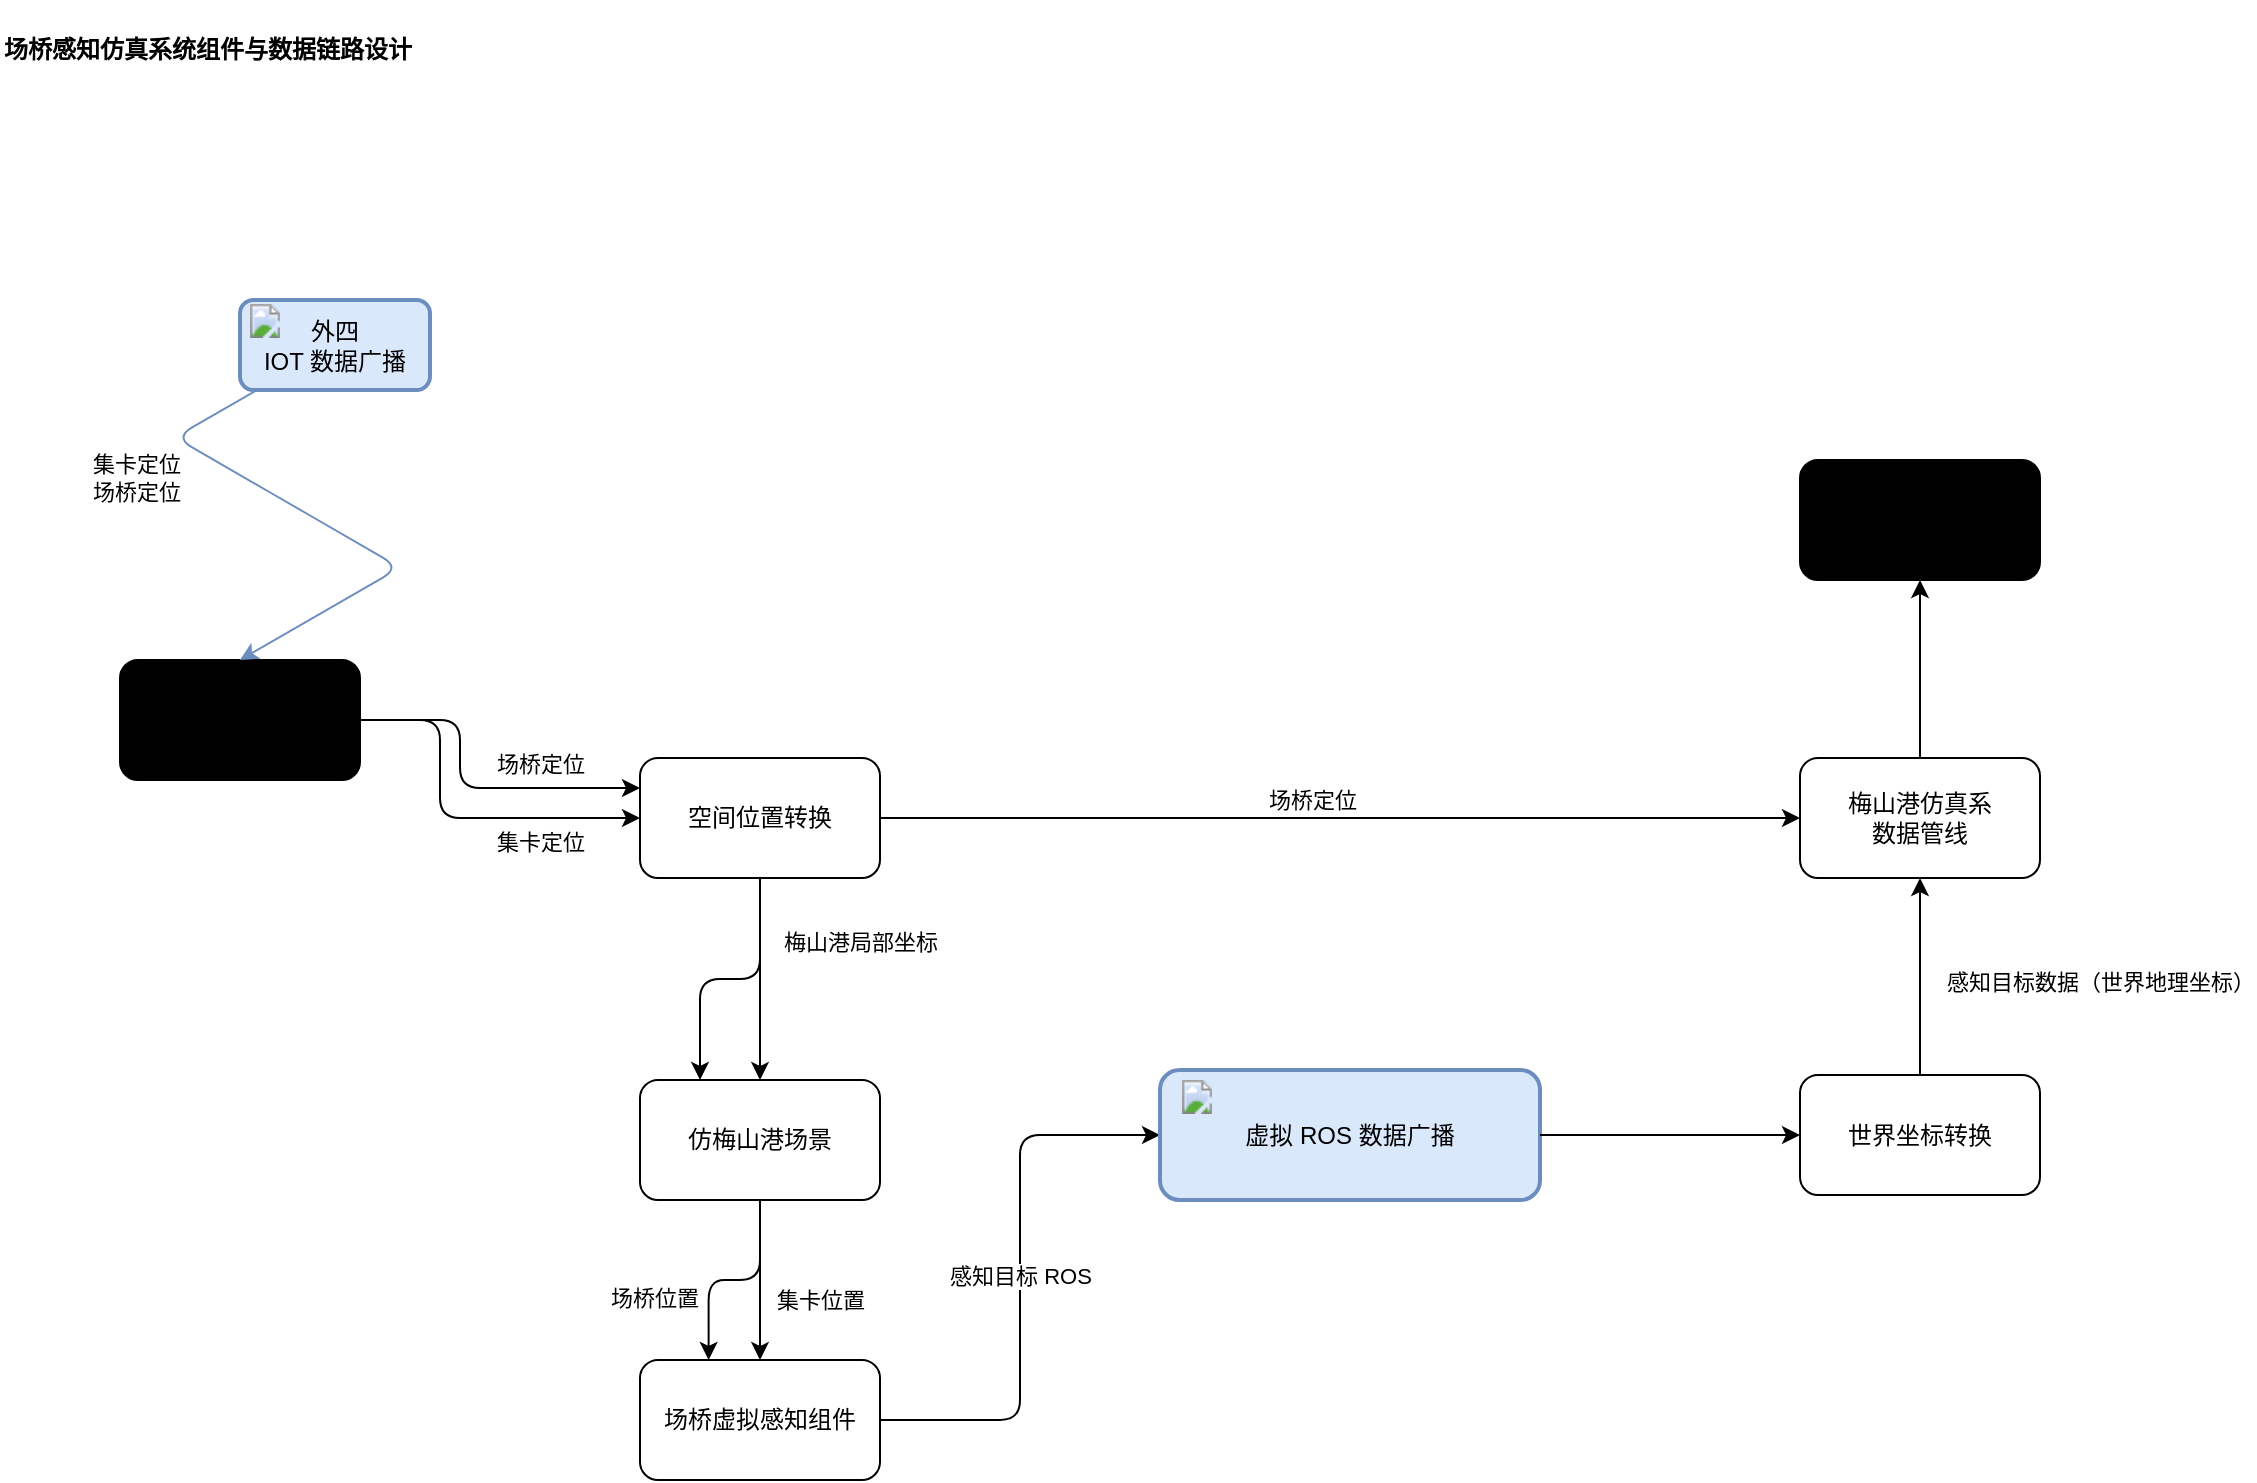
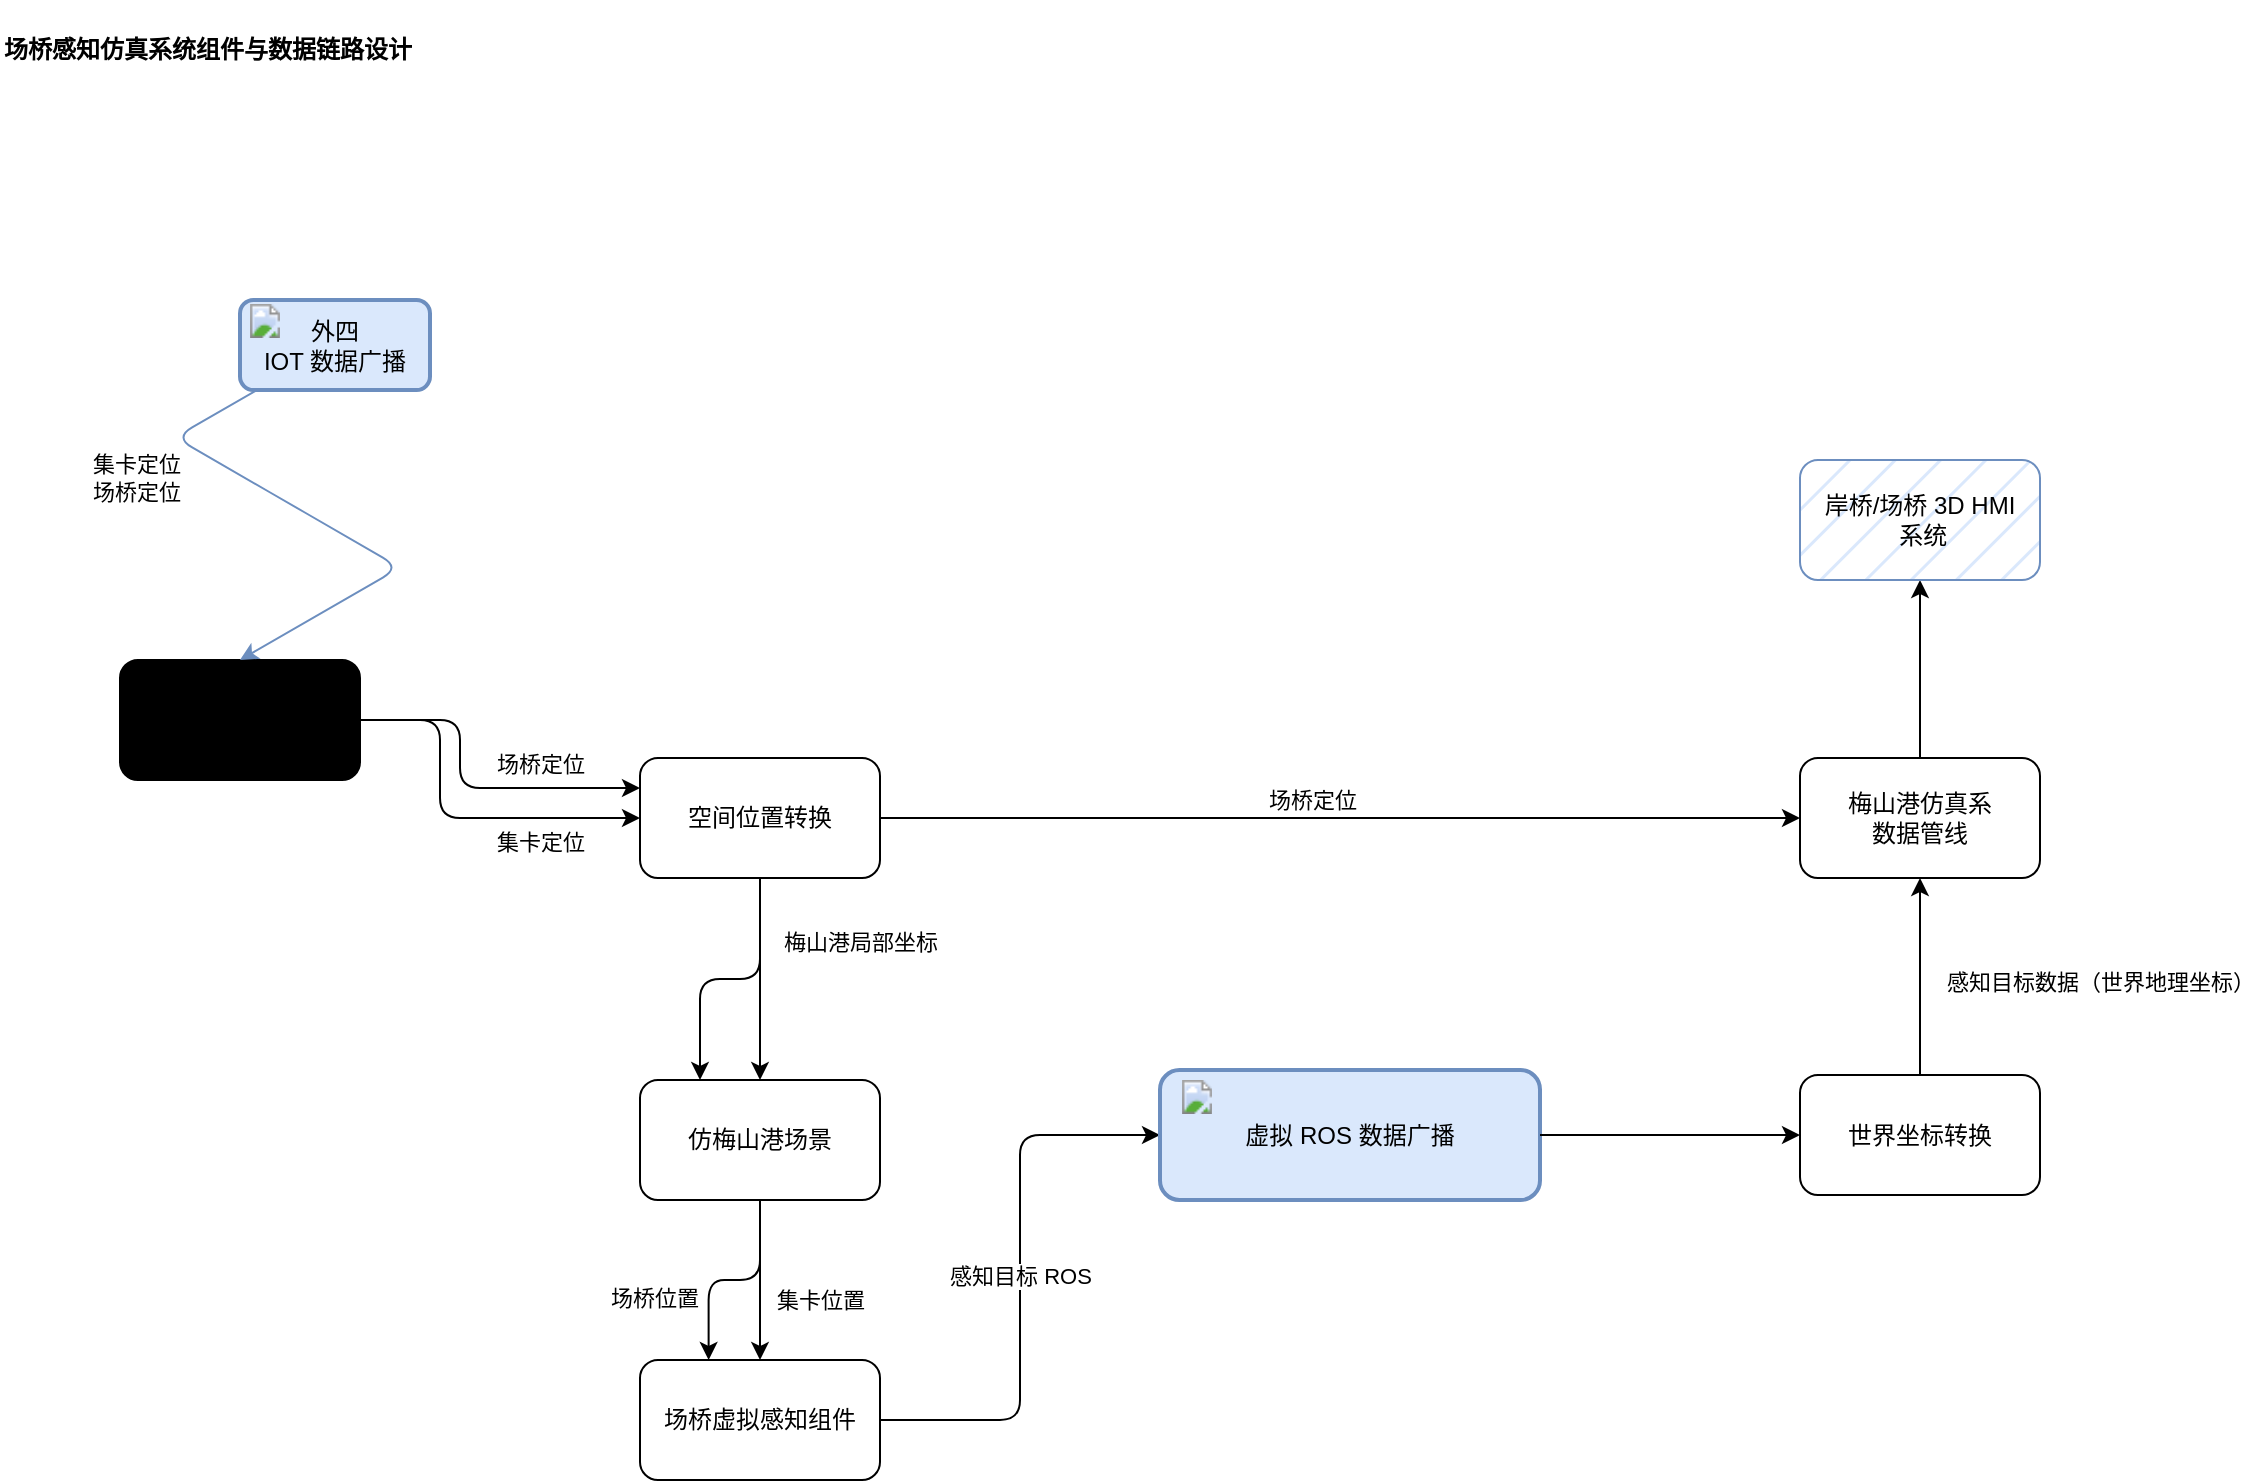
<mxfile host="app.diagrams.net">
  <diagram name="Page-1" id="BT0UFU37oAvm-0r1lB1w">
-     <mxGraphModel dx="1672" dy="1820" grid="1" gridSize="10" guides="1" tooltips="1" connect="1" arrows="1" fold="1" page="1" pageScale="1" pageWidth="827" pageHeight="1169" math="0" shadow="0">
+     <mxGraphModel dx="1672" dy="1820" grid="1" gridSize="7" guides="1" tooltips="1" connect="1" arrows="1" fold="1" page="1" pageScale="1" pageWidth="827" pageHeight="1169" math="0" shadow="0">
      <root>
        <mxCell id="0" />
        <mxCell id="1" parent="0" />
        <mxCell id="ZpX4doptbyCpLkaODE3u-4" edge="1" parent="1" source="ZpX4doptbyCpLkaODE3u-1" style="edgeStyle=orthogonalEdgeStyle;rounded=1;orthogonalLoop=1;jettySize=auto;html=1;entryX=0;entryY=0.25;entryDx=0;entryDy=0;exitX=1;exitY=0.5;exitDx=0;exitDy=0;curved=0;" target="ZpX4doptbyCpLkaODE3u-2">
          <mxGeometry relative="1" as="geometry">
            <Array as="points">
              <mxPoint x="250" y="250" />
              <mxPoint x="250" y="284" />
            </Array>
          </mxGeometry>
        </mxCell>
        <mxCell id="ZpX4doptbyCpLkaODE3u-37" connectable="0" parent="ZpX4doptbyCpLkaODE3u-4" style="edgeLabel;html=1;align=center;verticalAlign=middle;resizable=0;points=[];" value="场桥定位" vertex="1">
          <mxGeometry relative="1" x="0.3235" y="1" as="geometry">
            <mxPoint x="9" y="-11" as="offset" />
          </mxGeometry>
        </mxCell>
        <mxCell id="ZpX4doptbyCpLkaODE3u-13" edge="1" parent="1" source="ZpX4doptbyCpLkaODE3u-1" style="rounded=1;orthogonalLoop=1;jettySize=auto;html=1;exitX=1;exitY=0.5;exitDx=0;exitDy=0;entryX=0;entryY=0.5;entryDx=0;entryDy=0;edgeStyle=orthogonalEdgeStyle;" target="ZpX4doptbyCpLkaODE3u-2">
          <mxGeometry relative="1" as="geometry">
            <Array as="points">
              <mxPoint x="240" y="250" />
              <mxPoint x="240" y="299" />
            </Array>
            <mxPoint x="290" y="350" as="targetPoint" />
          </mxGeometry>
        </mxCell>
        <mxCell id="ZpX4doptbyCpLkaODE3u-27" connectable="0" parent="ZpX4doptbyCpLkaODE3u-13" style="edgeLabel;html=1;align=center;verticalAlign=middle;resizable=0;points=[];" value="集卡定位" vertex="1">
          <mxGeometry relative="1" x="-0.3281" y="-3" as="geometry">
            <mxPoint x="53" y="37" as="offset" />
          </mxGeometry>
        </mxCell>
        <mxCell id="ZpX4doptbyCpLkaODE3u-25" edge="1" parent="1" source="ZpX4doptbyCpLkaODE3u-2" style="rounded=1;orthogonalLoop=1;jettySize=auto;html=1;entryX=0;entryY=0.5;entryDx=0;entryDy=0;exitX=1;exitY=0.5;exitDx=0;exitDy=0;" target="ZpX4doptbyCpLkaODE3u-14">
          <mxGeometry relative="1" as="geometry" />
        </mxCell>
        <mxCell id="ZpX4doptbyCpLkaODE3u-26" connectable="0" parent="ZpX4doptbyCpLkaODE3u-25" style="edgeLabel;html=1;align=center;verticalAlign=middle;resizable=0;points=[];" value="场桥位置" vertex="1">
          <mxGeometry relative="1" x="-0.2229" y="3" as="geometry">
            <mxPoint x="-271" y="-9" as="offset" />
          </mxGeometry>
        </mxCell>
        <mxCell id="ZpX4doptbyCpLkaODE3u-38" connectable="0" parent="ZpX4doptbyCpLkaODE3u-25" style="edgeLabel;html=1;align=center;verticalAlign=middle;resizable=0;points=[];" value="场桥定位" vertex="1">
          <mxGeometry relative="1" x="-0.0609" y="2" as="geometry">
            <mxPoint y="-7" as="offset" />
          </mxGeometry>
        </mxCell>
        <mxCell id="ZpX4doptbyCpLkaODE3u-1" parent="1" style="rounded=1;whiteSpace=wrap;html=1;fillStyle=hatch;fillColor=light-dark(#FFFFFF,#4D4D4D);" value="外四数据管线" vertex="1">
          <mxGeometry height="60" width="120" x="80" y="220" as="geometry" />
        </mxCell>
        <mxCell id="ZpX4doptbyCpLkaODE3u-39" edge="1" parent="1" source="ZpX4doptbyCpLkaODE3u-2" style="edgeStyle=orthogonalEdgeStyle;rounded=1;orthogonalLoop=1;jettySize=auto;html=1;entryX=0.25;entryY=0;entryDx=0;entryDy=0;curved=0;" target="ZpX4doptbyCpLkaODE3u-3">
          <mxGeometry relative="1" as="geometry" />
        </mxCell>
        <mxCell id="ZpX4doptbyCpLkaODE3u-2" parent="1" style="rounded=1;whiteSpace=wrap;html=1;" value="空间位置转换" vertex="1">
          <mxGeometry height="60" width="120" x="340" y="269" as="geometry" />
        </mxCell>
        <mxCell id="ZpX4doptbyCpLkaODE3u-8" edge="1" parent="1" source="ZpX4doptbyCpLkaODE3u-3" style="edgeStyle=orthogonalEdgeStyle;rounded=0;orthogonalLoop=1;jettySize=auto;html=1;entryX=0.5;entryY=0;entryDx=0;entryDy=0;" target="ZpX4doptbyCpLkaODE3u-6">
          <mxGeometry relative="1" as="geometry" />
        </mxCell>
        <mxCell id="ZpX4doptbyCpLkaODE3u-32" connectable="0" parent="ZpX4doptbyCpLkaODE3u-8" style="edgeLabel;html=1;align=center;verticalAlign=middle;resizable=0;points=[];" value="集卡位置" vertex="1">
          <mxGeometry relative="1" x="-0.2964" y="-2" as="geometry">
            <mxPoint x="32" y="22" as="offset" />
          </mxGeometry>
        </mxCell>
        <mxCell id="ZpX4doptbyCpLkaODE3u-3" parent="1" style="rounded=1;whiteSpace=wrap;html=1;" value="仿梅山港场景" vertex="1">
          <mxGeometry height="60" width="120" x="340" y="430" as="geometry" />
        </mxCell>
        <mxCell id="ZpX4doptbyCpLkaODE3u-5" edge="1" parent="1" source="ZpX4doptbyCpLkaODE3u-2" style="edgeStyle=orthogonalEdgeStyle;rounded=0;orthogonalLoop=1;jettySize=auto;html=1;" target="ZpX4doptbyCpLkaODE3u-3">
          <mxGeometry relative="1" as="geometry" />
        </mxCell>
        <mxCell id="ZpX4doptbyCpLkaODE3u-31" connectable="0" parent="ZpX4doptbyCpLkaODE3u-5" style="edgeLabel;html=1;align=center;verticalAlign=middle;resizable=0;points=[];" value="梅山港局部坐标" vertex="1">
          <mxGeometry relative="1" x="-0.1629" y="-1" as="geometry">
            <mxPoint x="51" y="-11" as="offset" />
          </mxGeometry>
        </mxCell>
        <mxCell id="ZpX4doptbyCpLkaODE3u-10" edge="1" parent="1" source="ZpX4doptbyCpLkaODE3u-6" style="edgeStyle=orthogonalEdgeStyle;rounded=1;orthogonalLoop=1;jettySize=auto;html=1;entryX=0;entryY=0.5;entryDx=0;entryDy=0;curved=0;" target="ZpX4doptbyCpLkaODE3u-22">
          <mxGeometry relative="1" as="geometry">
            <mxPoint x="660" y="620" as="targetPoint" />
          </mxGeometry>
        </mxCell>
        <mxCell id="ZpX4doptbyCpLkaODE3u-16" connectable="0" parent="ZpX4doptbyCpLkaODE3u-10" style="edgeLabel;html=1;align=center;verticalAlign=middle;resizable=0;points=[];" value="感知目标 ROS" vertex="1">
          <mxGeometry relative="1" x="-0.1375" as="geometry">
            <mxPoint y="-20" as="offset" />
          </mxGeometry>
        </mxCell>
        <mxCell id="ZpX4doptbyCpLkaODE3u-6" parent="1" style="rounded=1;whiteSpace=wrap;html=1;" value="场桥虚拟感知组件" vertex="1">
          <mxGeometry height="60" width="120" x="340" y="570" as="geometry" />
        </mxCell>
        <mxCell id="ZpX4doptbyCpLkaODE3u-15" edge="1" parent="1" source="ZpX4doptbyCpLkaODE3u-11" style="edgeStyle=orthogonalEdgeStyle;rounded=0;orthogonalLoop=1;jettySize=auto;html=1;entryX=0.5;entryY=1;entryDx=0;entryDy=0;" target="ZpX4doptbyCpLkaODE3u-14">
          <mxGeometry relative="1" as="geometry" />
        </mxCell>
        <mxCell id="ZpX4doptbyCpLkaODE3u-17" connectable="0" parent="ZpX4doptbyCpLkaODE3u-15" style="edgeLabel;html=1;align=center;verticalAlign=middle;resizable=0;points=[];" value="感知目标数据（世界地理坐标）" vertex="1">
          <mxGeometry relative="1" x="0.16" y="2" as="geometry">
            <mxPoint x="92" y="10" as="offset" />
          </mxGeometry>
        </mxCell>
        <mxCell id="ZpX4doptbyCpLkaODE3u-11" parent="1" style="rounded=1;whiteSpace=wrap;html=1;" value="世界坐标转换" vertex="1">
          <mxGeometry height="60" width="120" x="920" y="427.5" as="geometry" />
        </mxCell>
        <mxCell id="ZpX4doptbyCpLkaODE3u-42" edge="1" parent="1" source="ZpX4doptbyCpLkaODE3u-14" style="edgeStyle=orthogonalEdgeStyle;rounded=0;orthogonalLoop=1;jettySize=auto;html=1;entryX=0.5;entryY=1;entryDx=0;entryDy=0;" target="ZpX4doptbyCpLkaODE3u-41">
          <mxGeometry relative="1" as="geometry" />
        </mxCell>
        <mxCell id="ZpX4doptbyCpLkaODE3u-14" parent="1" style="rounded=1;whiteSpace=wrap;html=1;" value="梅山港仿真系&lt;div&gt;数据管线&lt;/div&gt;" vertex="1">
          <mxGeometry height="60" width="120" x="920" y="269" as="geometry" />
        </mxCell>
        <mxCell id="ZpX4doptbyCpLkaODE3u-22" parent="1" style="rounded=1;whiteSpace=wrap;html=1;strokeColor=#6c8ebf;fillStyle=auto;fillColor=#dae8fc;strokeWidth=2;" value="虚拟 ROS 数据广播" vertex="1">
          <mxGeometry height="65" width="190" x="600" y="425" as="geometry" />
        </mxCell>
        <mxCell id="ZpX4doptbyCpLkaODE3u-23" parent="1" style="image;aspect=fixed;html=1;points=[];align=center;fontSize=12;image=img/lib/dynamics365/ProductVisualize.svg;" value="" vertex="1">
          <mxGeometry height="17" width="17" x="610" y="430" as="geometry" />
        </mxCell>
        <mxCell id="ZpX4doptbyCpLkaODE3u-24" edge="1" parent="1" source="ZpX4doptbyCpLkaODE3u-22" style="rounded=0;orthogonalLoop=1;jettySize=auto;html=1;" target="ZpX4doptbyCpLkaODE3u-11">
          <mxGeometry relative="1" as="geometry">
            <mxPoint x="930" y="457" as="targetPoint" />
          </mxGeometry>
        </mxCell>
        <mxCell id="ZpX4doptbyCpLkaODE3u-30" edge="1" parent="1" source="ZpX4doptbyCpLkaODE3u-28" style="edgeStyle=isometricEdgeStyle;rounded=1;orthogonalLoop=1;jettySize=auto;html=1;entryX=0.5;entryY=0;entryDx=0;entryDy=0;fillColor=#dae8fc;strokeColor=#6c8ebf;" target="ZpX4doptbyCpLkaODE3u-1">
          <mxGeometry relative="1" as="geometry" />
        </mxCell>
        <mxCell id="ZpX4doptbyCpLkaODE3u-35" connectable="0" parent="ZpX4doptbyCpLkaODE3u-30" style="edgeLabel;html=1;align=center;verticalAlign=middle;resizable=0;points=[];" value="集卡定位&lt;div&gt;场桥定位&lt;/div&gt;" vertex="1">
          <mxGeometry relative="1" x="-0.3351" y="2" as="geometry">
            <mxPoint x="-58" as="offset" />
          </mxGeometry>
        </mxCell>
        <mxCell id="ZpX4doptbyCpLkaODE3u-28" parent="1" style="rounded=1;whiteSpace=wrap;html=1;strokeColor=#6c8ebf;fillStyle=auto;fillColor=#dae8fc;strokeWidth=2;" value="外四&lt;br&gt;IOT 数据广播" vertex="1">
          <mxGeometry height="45" width="95" x="140" y="40" as="geometry" />
        </mxCell>
        <mxCell id="ZpX4doptbyCpLkaODE3u-29" parent="1" style="image;aspect=fixed;html=1;points=[];align=center;fontSize=12;image=img/lib/dynamics365/ProductVisualize.svg;" value="" vertex="1">
          <mxGeometry height="17" width="17" x="144" y="42" as="geometry" />
        </mxCell>
        <mxCell id="ZpX4doptbyCpLkaODE3u-33" edge="1" parent="1" source="ZpX4doptbyCpLkaODE3u-3" style="edgeStyle=orthogonalEdgeStyle;rounded=1;orthogonalLoop=1;jettySize=auto;html=1;entryX=0.286;entryY=0;entryDx=0;entryDy=0;entryPerimeter=0;curved=0;" target="ZpX4doptbyCpLkaODE3u-6">
          <mxGeometry relative="1" as="geometry" />
        </mxCell>
        <mxCell id="ZpX4doptbyCpLkaODE3u-34" connectable="0" parent="1" style="edgeLabel;html=1;align=center;verticalAlign=middle;resizable=0;points=[];" value="场桥位置" vertex="1">
          <mxGeometry x="350" y="540" as="geometry">
            <mxPoint x="-3" y="-1" as="offset" />
          </mxGeometry>
        </mxCell>
        <mxCell id="ZpX4doptbyCpLkaODE3u-40" parent="1" style="text;html=1;whiteSpace=wrap;overflow=hidden;rounded=0;" value="&lt;h1 style=&quot;margin-top: 0px;&quot;&gt;&lt;span style=&quot;font-size: 12px;&quot;&gt;场桥感知仿真系统组件与数据链路设计&lt;/span&gt;&lt;/h1&gt;" vertex="1">
          <mxGeometry height="40" width="260" x="20" y="-110" as="geometry" />
        </mxCell>
-         <mxCell id="ZpX4doptbyCpLkaODE3u-41" parent="1" style="rounded=1;whiteSpace=wrap;html=1;fillStyle=hatch;gradientColor=none;fillColor=light-dark(default, #5f5858);" value="岸桥/场桥 3D HMI&lt;div&gt;&amp;nbsp;系统&lt;/div&gt;" vertex="1">
+         <mxCell id="ZpX4doptbyCpLkaODE3u-41" parent="1" style="rounded=1;whiteSpace=wrap;html=1;fillStyle=hatch;fillColor=#dae8fc;strokeColor=#6c8ebf;" value="岸桥/场桥 3D HMI&lt;div&gt;&amp;nbsp;系统&lt;/div&gt;" vertex="1">
          <mxGeometry height="60" width="120" x="920" y="120" as="geometry" />
        </mxCell>
      </root>
    </mxGraphModel>
  </diagram>
</mxfile>
